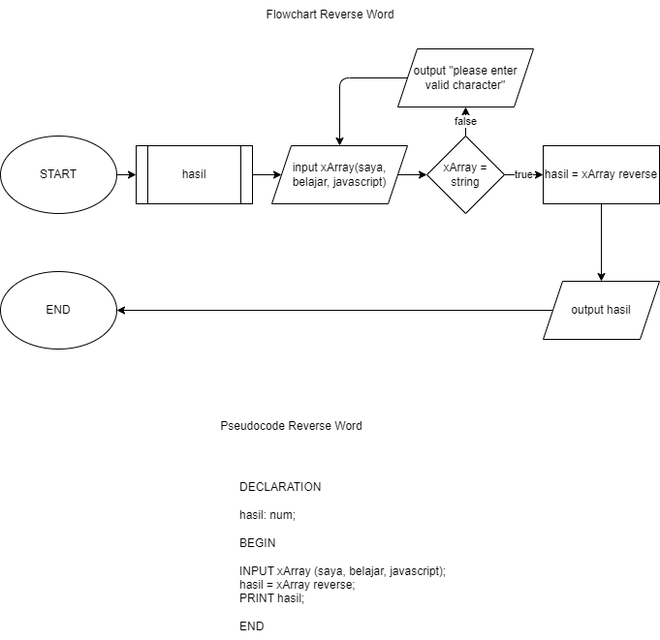
The draw.io diagram 6-reverse word.png in patih1/fwg17-computer-science, before a commit. Source tidied: cells renumbered, new cells last; positions are measured from the earlier drawing's top-left corner, leaving out a move shared by most shapes. The source it was exported from:
```xml
<mxGraphModel>
  <root>
    <mxCell id="0" />
    <mxCell id="1" parent="0" />
    <mxCell id="2" style="edgeStyle=none;html=1;" parent="1" edge="1" source="3" target="7">
      <mxGeometry relative="1" as="geometry" />
    </mxCell>
    <mxCell id="3" value="START" style="ellipse;whiteSpace=wrap;html=1;" parent="1" vertex="1">
      <mxGeometry y="140" width="120" height="80" as="geometry" />
    </mxCell>
    <mxCell id="4" style="edgeStyle=none;html=1;" parent="1" edge="1" source="5" target="10">
      <mxGeometry relative="1" as="geometry" />
    </mxCell>
    <mxCell id="5" value="input xArray(saya, belajar, javascript)" style="shape=parallelogram;perimeter=parallelogramPerimeter;whiteSpace=wrap;html=1;fixedSize=1;" parent="1" vertex="1">
      <mxGeometry x="280" y="150" width="140" height="60" as="geometry" />
    </mxCell>
    <mxCell id="6" style="edgeStyle=none;html=1;" parent="1" edge="1" source="7" target="5">
      <mxGeometry relative="1" as="geometry" />
    </mxCell>
    <mxCell id="7" value="hasil" style="shape=process;whiteSpace=wrap;html=1;backgroundOutline=1;" parent="1" vertex="1">
      <mxGeometry x="140" y="150" width="120" height="60" as="geometry" />
    </mxCell>
    <mxCell id="8" value="false" style="edgeStyle=none;html=1;" parent="1" edge="1" source="10" target="12">
      <mxGeometry relative="1" as="geometry" />
    </mxCell>
    <mxCell id="9" value="true" style="edgeStyle=none;html=1;" parent="1" edge="1" source="10" target="14">
      <mxGeometry relative="1" as="geometry" />
    </mxCell>
    <mxCell id="10" value="xArray = &lt;br&gt;string" style="rhombus;whiteSpace=wrap;html=1;" parent="1" vertex="1">
      <mxGeometry x="440" y="140" width="80" height="80" as="geometry" />
    </mxCell>
    <mxCell id="11" style="edgeStyle=none;html=1;exitX=0;exitY=0.5;exitDx=0;exitDy=0;entryX=0.5;entryY=0;entryDx=0;entryDy=0;" parent="1" edge="1" source="12" target="5">
      <mxGeometry relative="1" as="geometry">
        <Array as="points">
          <mxPoint x="350" y="80" />
        </Array>
      </mxGeometry>
    </mxCell>
    <mxCell id="12" value="output &quot;please enter &lt;br&gt;valid character&quot;" style="shape=parallelogram;perimeter=parallelogramPerimeter;whiteSpace=wrap;html=1;fixedSize=1;" parent="1" vertex="1">
      <mxGeometry x="410" y="50" width="140" height="60" as="geometry" />
    </mxCell>
    <mxCell id="13" style="edgeStyle=none;html=1;" parent="1" edge="1" source="14" target="16">
      <mxGeometry relative="1" as="geometry" />
    </mxCell>
    <mxCell id="14" value="hasil = xArray reverse" style="whiteSpace=wrap;html=1;" parent="1" vertex="1">
      <mxGeometry x="560" y="150" width="120" height="60" as="geometry" />
    </mxCell>
    <mxCell id="15" style="edgeStyle=none;html=1;exitX=0;exitY=0.5;exitDx=0;exitDy=0;entryX=1;entryY=0.5;entryDx=0;entryDy=0;" parent="1" edge="1" source="16" target="17">
      <mxGeometry relative="1" as="geometry" />
    </mxCell>
    <mxCell id="16" value="output hasil" style="shape=parallelogram;perimeter=parallelogramPerimeter;whiteSpace=wrap;html=1;fixedSize=1;" parent="1" vertex="1">
      <mxGeometry x="560" y="290" width="120" height="60" as="geometry" />
    </mxCell>
    <mxCell id="17" value="END" style="ellipse;whiteSpace=wrap;html=1;" parent="1" vertex="1">
      <mxGeometry y="280" width="120" height="80" as="geometry" />
    </mxCell>
    <mxCell id="18" value="Flowchart Reverse Word" style="text;html=1;align=center;verticalAlign=middle;strokeColor=none;fillColor=none;" parent="1" vertex="1">
      <mxGeometry x="260" width="160" height="30" as="geometry" />
    </mxCell>
    <mxCell id="19" value="DECLARATION&lt;br&gt;&lt;br&gt;hasil: num;&lt;br&gt;&lt;br&gt;BEGIN&lt;br&gt;&lt;br&gt;INPUT xArray (saya, belajar, javascript);&lt;br&gt;hasil = xArray reverse;&lt;br&gt;PRINT hasil;&lt;br&gt;&lt;br&gt;END" style="text;html=1;align=left;verticalAlign=middle;strokeColor=none;fillColor=none;" parent="1" vertex="1">
      <mxGeometry x="245" y="490" width="240" height="170" as="geometry" />
    </mxCell>
    <mxCell id="20" value="Pseudocode Reverse Word" style="text;html=1;align=center;verticalAlign=middle;strokeColor=none;fillColor=none;" parent="1" vertex="1">
      <mxGeometry x="215" y="425" width="170" height="30" as="geometry" />
    </mxCell>
  </root>
</mxGraphModel>
```
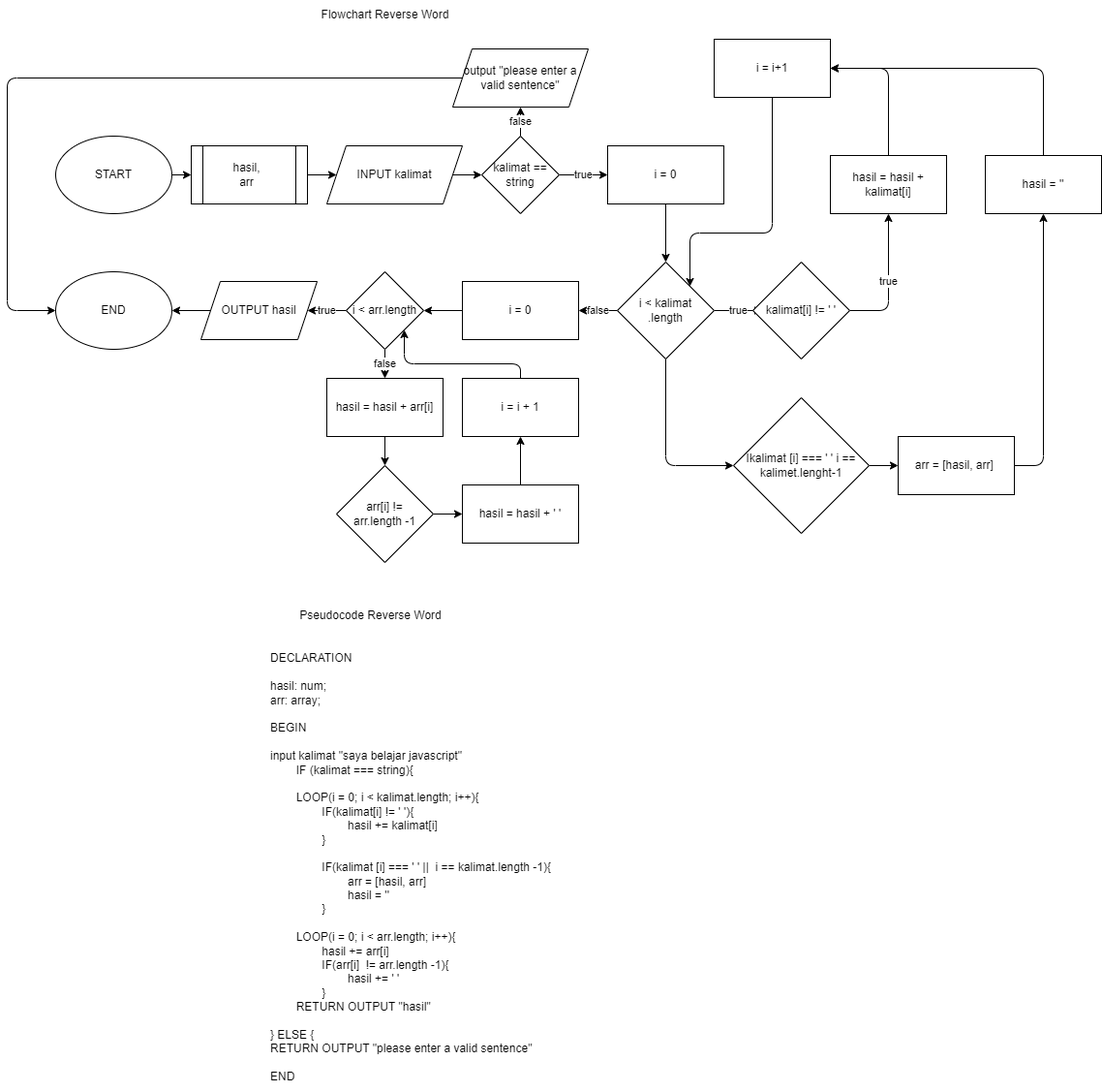
Later version of the same file.

Diff of the diagram source:
```diff
@@ -2,66 +2,171 @@
   <root>
     <mxCell id="0" />
     <mxCell id="1" parent="0" />
-    <mxCell id="2" style="edgeStyle=none;html=1;" parent="1" edge="1" source="3" target="7">
-      <mxGeometry relative="1" as="geometry" />
-    </mxCell>
+    <mxCell id="20" style="edgeStyle=none;html=1;" parent="1" edge="1" source="3" target="24">
+      <mxGeometry relative="1" as="geometry" />
+    </mxCell>
     <mxCell id="3" value="START" style="ellipse;whiteSpace=wrap;html=1;" parent="1" vertex="1">
       <mxGeometry y="140" width="120" height="80" as="geometry" />
     </mxCell>
-    <mxCell id="4" style="edgeStyle=none;html=1;" parent="1" edge="1" source="5" target="10">
-      <mxGeometry relative="1" as="geometry" />
-    </mxCell>
-    <mxCell id="5" value="input xArray(saya, belajar, javascript)" style="shape=parallelogram;perimeter=parallelogramPerimeter;whiteSpace=wrap;html=1;fixedSize=1;" parent="1" vertex="1">
-      <mxGeometry x="280" y="150" width="140" height="60" as="geometry" />
-    </mxCell>
-    <mxCell id="6" style="edgeStyle=none;html=1;" parent="1" edge="1" source="7" target="5">
-      <mxGeometry relative="1" as="geometry" />
-    </mxCell>
-    <mxCell id="7" value="hasil" style="shape=process;whiteSpace=wrap;html=1;backgroundOutline=1;" parent="1" vertex="1">
-      <mxGeometry x="140" y="150" width="120" height="60" as="geometry" />
-    </mxCell>
+    <mxCell id="21" style="edgeStyle=none;html=1;" parent="1" edge="1" source="22" target="26">
+      <mxGeometry relative="1" as="geometry" />
+    </mxCell>
+    <mxCell id="22" value="INPUT kalimat" style="shape=parallelogram;perimeter=parallelogramPerimeter;whiteSpace=wrap;html=1;fixedSize=1;" parent="1" vertex="1">
+      <mxGeometry x="280" y="150" width="140" height="60" as="geometry" />
+    </mxCell>
+    <mxCell id="23" style="edgeStyle=none;html=1;" parent="1" edge="1" source="24" target="22">
+      <mxGeometry relative="1" as="geometry" />
+    </mxCell>
+    <mxCell id="24" value="hasil,&lt;br&gt;arr&lt;br&gt;" style="shape=process;whiteSpace=wrap;html=1;backgroundOutline=1;" parent="1" vertex="1">
+      <mxGeometry x="140" y="150" width="120" height="60" as="geometry" />
+    </mxCell>
-    <mxCell id="8" value="false" style="edgeStyle=none;html=1;" parent="1" edge="1" source="10" target="12">
+    <mxCell id="8" value="false" style="edgeStyle=none;html=1;" parent="1" edge="1" source="26" target="28">
       <mxGeometry relative="1" as="geometry" />
     </mxCell>
-    <mxCell id="9" value="true" style="edgeStyle=none;html=1;" parent="1" edge="1" source="10" target="14">
-      <mxGeometry relative="1" as="geometry" />
-    </mxCell>
-    <mxCell id="10" value="xArray = &lt;br&gt;string" style="rhombus;whiteSpace=wrap;html=1;" parent="1" vertex="1">
-      <mxGeometry x="440" y="140" width="80" height="80" as="geometry" />
-    </mxCell>
-    <mxCell id="11" style="edgeStyle=none;html=1;exitX=0;exitY=0.5;exitDx=0;exitDy=0;entryX=0.5;entryY=0;entryDx=0;entryDy=0;" parent="1" edge="1" source="12" target="5">
-      <mxGeometry relative="1" as="geometry">
-        <Array as="points">
-          <mxPoint x="350" y="80" />
-        </Array>
-      </mxGeometry>
-    </mxCell>
-    <mxCell id="12" value="output &quot;please enter &lt;br&gt;valid character&quot;" style="shape=parallelogram;perimeter=parallelogramPerimeter;whiteSpace=wrap;html=1;fixedSize=1;" parent="1" vertex="1">
-      <mxGeometry x="410" y="50" width="140" height="60" as="geometry" />
-    </mxCell>
-    <mxCell id="13" style="edgeStyle=none;html=1;" parent="1" edge="1" source="14" target="16">
-      <mxGeometry relative="1" as="geometry" />
-    </mxCell>
-    <mxCell id="14" value="hasil = xArray reverse" style="whiteSpace=wrap;html=1;" parent="1" vertex="1">
-      <mxGeometry x="560" y="150" width="120" height="60" as="geometry" />
-    </mxCell>
-    <mxCell id="15" style="edgeStyle=none;html=1;exitX=0;exitY=0.5;exitDx=0;exitDy=0;entryX=1;entryY=0.5;entryDx=0;entryDy=0;" parent="1" edge="1" source="16" target="17">
-      <mxGeometry relative="1" as="geometry" />
-    </mxCell>
-    <mxCell id="16" value="output hasil" style="shape=parallelogram;perimeter=parallelogramPerimeter;whiteSpace=wrap;html=1;fixedSize=1;" parent="1" vertex="1">
-      <mxGeometry x="560" y="290" width="120" height="60" as="geometry" />
-    </mxCell>
+    <mxCell id="25" value="true" style="edgeStyle=none;html=1;entryX=0;entryY=0.5;entryDx=0;entryDy=0;" parent="1" edge="1" source="26">
+      <mxGeometry relative="1" as="geometry">
+        <mxPoint x="570" y="180" as="targetPoint" />
+      </mxGeometry>
+    </mxCell>
+    <mxCell id="26" value="kalimat == string" style="rhombus;whiteSpace=wrap;html=1;" parent="1" vertex="1">
+      <mxGeometry x="440" y="140" width="80" height="80" as="geometry" />
+    </mxCell>
+    <mxCell id="27" style="edgeStyle=orthogonalEdgeStyle;html=1;exitX=0;exitY=0.5;exitDx=0;exitDy=0;entryX=0;entryY=0.5;entryDx=0;entryDy=0;" parent="1" edge="1" source="28" target="17">
+      <mxGeometry relative="1" as="geometry">
+        <Array as="points">
+          <mxPoint x="-50" y="80" />
+          <mxPoint x="-50" y="320" />
+        </Array>
+      </mxGeometry>
+    </mxCell>
+    <mxCell id="28" value="output &quot;please enter a&lt;br&gt;valid sentence&quot;" style="shape=parallelogram;perimeter=parallelogramPerimeter;whiteSpace=wrap;html=1;fixedSize=1;" parent="1" vertex="1">
+      <mxGeometry x="410" y="50" width="140" height="60" as="geometry" />
+    </mxCell>
     <mxCell id="17" value="END" style="ellipse;whiteSpace=wrap;html=1;" parent="1" vertex="1">
       <mxGeometry y="280" width="120" height="80" as="geometry" />
     </mxCell>
     <mxCell id="18" value="Flowchart Reverse Word" style="text;html=1;align=center;verticalAlign=middle;strokeColor=none;fillColor=none;" parent="1" vertex="1">
       <mxGeometry x="260" width="160" height="30" as="geometry" />
     </mxCell>
-    <mxCell id="19" value="DECLARATION&lt;br&gt;&lt;br&gt;hasil: num;&lt;br&gt;&lt;br&gt;BEGIN&lt;br&gt;&lt;br&gt;INPUT xArray (saya, belajar, javascript);&lt;br&gt;hasil = xArray reverse;&lt;br&gt;PRINT hasil;&lt;br&gt;&lt;br&gt;END" style="text;html=1;align=left;verticalAlign=middle;strokeColor=none;fillColor=none;" parent="1" vertex="1">
-      <mxGeometry x="245" y="490" width="240" height="170" as="geometry" />
-    </mxCell>
-    <mxCell id="20" value="Pseudocode Reverse Word" style="text;html=1;align=center;verticalAlign=middle;strokeColor=none;fillColor=none;" parent="1" vertex="1">
-      <mxGeometry x="215" y="425" width="170" height="30" as="geometry" />
-    </mxCell>
+    <mxCell id="29" value="DECLARATION&lt;br&gt;&lt;br&gt;hasil: num;&lt;br&gt;arr: array;&lt;br&gt;&lt;br&gt;BEGIN&lt;br&gt;&lt;br&gt;input kalimat &quot;saya belajar javascript&quot;&lt;br&gt;&lt;span style=&quot;white-space: pre;&quot;&gt;&#9;&lt;/span&gt;IF (kalimat === string){&lt;br&gt;&lt;br&gt;&lt;span style=&quot;white-space: pre;&quot;&gt;&#9;&lt;/span&gt;LOOP(i = 0; i &amp;lt; kalimat.length; i++){&lt;br&gt;&lt;span style=&quot;white-space: pre;&quot;&gt;&#9;&lt;/span&gt;&lt;span style=&quot;white-space: pre;&quot;&gt;&#9;&lt;/span&gt;IF(kalimat[i] != ' '){&lt;br&gt;&lt;span style=&quot;white-space: pre;&quot;&gt;&#9;&lt;/span&gt;&lt;span style=&quot;white-space: pre;&quot;&gt;&#9;&lt;span style=&quot;white-space: pre;&quot;&gt;&#9;&lt;/span&gt;&lt;/span&gt;hasil += kalimat[i]&lt;br&gt;&lt;span style=&quot;white-space: pre;&quot;&gt;&#9;&lt;/span&gt;&lt;span style=&quot;white-space: pre;&quot;&gt;&#9;&lt;/span&gt;}&lt;br&gt;&lt;br&gt;&lt;span style=&quot;white-space: pre;&quot;&gt;&#9;&lt;/span&gt;&lt;span style=&quot;white-space: pre;&quot;&gt;&#9;&lt;/span&gt;IF(kalimat [i] === ' ' ||&amp;nbsp; i == kalimat.length -1){&lt;br&gt;&lt;span style=&quot;white-space: pre;&quot;&gt;&#9;&lt;/span&gt;&lt;span style=&quot;white-space: pre;&quot;&gt;&#9;&lt;/span&gt;&lt;span style=&quot;white-space: pre;&quot;&gt;&#9;&lt;/span&gt;arr = [hasil, arr]&lt;br&gt;&lt;span style=&quot;white-space: pre;&quot;&gt;&#9;&lt;/span&gt;&lt;span style=&quot;white-space: pre;&quot;&gt;&#9;&lt;/span&gt;&lt;span style=&quot;white-space: pre;&quot;&gt;&#9;&lt;/span&gt;hasil = ''&lt;br&gt;&lt;span style=&quot;white-space: pre;&quot;&gt;&#9;&lt;/span&gt;&lt;span style=&quot;white-space: pre;&quot;&gt;&#9;&lt;/span&gt;}&lt;br&gt;&lt;br&gt;&lt;span style=&quot;white-space: pre;&quot;&gt;&#9;&lt;/span&gt;LOOP(i = 0; i &amp;lt; arr.length; i++){&lt;br&gt;&lt;span style=&quot;white-space: pre;&quot;&gt;&#9;&lt;/span&gt;&lt;span style=&quot;white-space: pre;&quot;&gt;&#9;&lt;/span&gt;hasil += arr[i]&lt;br&gt;&lt;span style=&quot;white-space: pre;&quot;&gt;&#9;&lt;/span&gt;&lt;span style=&quot;white-space: pre;&quot;&gt;&#9;&lt;/span&gt;IF(arr[i]&amp;nbsp; != arr.length -1){&lt;br&gt;&lt;span style=&quot;white-space: pre;&quot;&gt;&#9;&lt;/span&gt;&lt;span style=&quot;white-space: pre;&quot;&gt;&#9;&lt;/span&gt;&lt;span style=&quot;white-space: pre;&quot;&gt;&#9;&lt;/span&gt;hasil += ' '&lt;br&gt;&lt;span style=&quot;white-space: pre;&quot;&gt;&#9;&lt;/span&gt;&lt;span style=&quot;white-space: pre;&quot;&gt;&#9;&lt;/span&gt;}&lt;br&gt;&lt;span style=&quot;white-space: pre;&quot;&gt;&#9;&lt;/span&gt;RETURN OUTPUT &quot;hasil&quot;&lt;br&gt;&lt;br&gt;} ELSE {&lt;br&gt;RETURN OUTPUT &quot;please enter a valid sentence&quot;&lt;br&gt;&lt;br&gt;END" style="text;html=1;align=left;verticalAlign=middle;strokeColor=none;fillColor=none;" parent="1" vertex="1">
+      <mxGeometry x="220" y="665" width="310" height="460" as="geometry" />
+    </mxCell>
+    <mxCell id="30" value="Pseudocode Reverse Word" style="text;html=1;align=center;verticalAlign=middle;strokeColor=none;fillColor=none;" parent="1" vertex="1">
+      <mxGeometry x="240" y="620" width="170" height="30" as="geometry" />
+    </mxCell>
+    <mxCell id="31" style="edgeStyle=orthogonalEdgeStyle;html=1;" parent="1" edge="1" source="32" target="35">
+      <mxGeometry relative="1" as="geometry" />
+    </mxCell>
+    <mxCell id="32" value="i = 0" style="rounded=0;whiteSpace=wrap;html=1;" parent="1" vertex="1">
+      <mxGeometry x="570" y="150" width="120" height="60" as="geometry" />
+    </mxCell>
+    <mxCell id="9" value="true" style="edgeStyle=none;html=1;" parent="1" edge="1" source="35">
+      <mxGeometry relative="1" as="geometry">
+        <mxPoint x="730" y="320" as="targetPoint" />
+      </mxGeometry>
+    </mxCell>
+    <mxCell id="33" style="edgeStyle=orthogonalEdgeStyle;html=1;exitX=0.5;exitY=1;exitDx=0;exitDy=0;entryX=0;entryY=0.5;entryDx=0;entryDy=0;" parent="1" edge="1" source="35" target="43">
+      <mxGeometry relative="1" as="geometry" />
+    </mxCell>
+    <mxCell id="34" value="false" style="edgeStyle=orthogonalEdgeStyle;html=1;" parent="1" edge="1" source="35" target="49">
+      <mxGeometry relative="1" as="geometry" />
+    </mxCell>
+    <mxCell id="35" value="i &amp;lt; kalimat&lt;br&gt;.length" style="rhombus;whiteSpace=wrap;html=1;rounded=0;" parent="1" vertex="1">
+      <mxGeometry x="580" y="270" width="100" height="100" as="geometry" />
+    </mxCell>
+    <mxCell id="36" value="true" style="edgeStyle=orthogonalEdgeStyle;html=1;exitX=1;exitY=0.5;exitDx=0;exitDy=0;entryX=0.5;entryY=1;entryDx=0;entryDy=0;" parent="1" edge="1" source="37" target="39">
+      <mxGeometry relative="1" as="geometry">
+        <Array as="points">
+          <mxPoint x="860" y="320" />
+        </Array>
+      </mxGeometry>
+    </mxCell>
+    <mxCell id="37" value="kalimat[i] != ' '" style="rhombus;whiteSpace=wrap;html=1;" parent="1" vertex="1">
+      <mxGeometry x="720" y="270" width="100" height="100" as="geometry" />
+    </mxCell>
+    <mxCell id="38" style="edgeStyle=orthogonalEdgeStyle;html=1;exitX=0.5;exitY=0;exitDx=0;exitDy=0;entryX=1;entryY=0.5;entryDx=0;entryDy=0;" parent="1" edge="1" source="39" target="41">
+      <mxGeometry relative="1" as="geometry">
+        <Array as="points">
+          <mxPoint x="860" y="70" />
+        </Array>
+      </mxGeometry>
+    </mxCell>
+    <mxCell id="39" value="hasil = hasil + kalimat[i]" style="rounded=0;whiteSpace=wrap;html=1;" parent="1" vertex="1">
+      <mxGeometry x="800" y="160" width="120" height="60" as="geometry" />
+    </mxCell>
+    <mxCell id="40" style="edgeStyle=orthogonalEdgeStyle;html=1;exitX=0.5;exitY=1;exitDx=0;exitDy=0;entryX=1;entryY=0;entryDx=0;entryDy=0;" parent="1" edge="1" source="41" target="35">
+      <mxGeometry relative="1" as="geometry">
+        <Array as="points">
+          <mxPoint x="740" y="240" />
+          <mxPoint x="655" y="240" />
+        </Array>
+      </mxGeometry>
+    </mxCell>
+    <mxCell id="41" value="i = i+1" style="rounded=0;whiteSpace=wrap;html=1;" parent="1" vertex="1">
+      <mxGeometry x="680" y="40" width="120" height="60" as="geometry" />
+    </mxCell>
+    <mxCell id="42" style="edgeStyle=orthogonalEdgeStyle;html=1;exitX=1;exitY=0.5;exitDx=0;exitDy=0;entryX=0;entryY=0.5;entryDx=0;entryDy=0;" parent="1" edge="1" source="43" target="45">
+      <mxGeometry relative="1" as="geometry" />
+    </mxCell>
+    <mxCell id="43" value="Ikalimat [i] === ' ' i == kalimet.lenght-1" style="rhombus;whiteSpace=wrap;html=1;" parent="1" vertex="1">
+      <mxGeometry x="700" y="410" width="140" height="140" as="geometry" />
+    </mxCell>
+    <mxCell id="44" style="edgeStyle=orthogonalEdgeStyle;html=1;exitX=1;exitY=0.5;exitDx=0;exitDy=0;entryX=0.5;entryY=1;entryDx=0;entryDy=0;" parent="1" edge="1" source="45" target="47">
+      <mxGeometry relative="1" as="geometry" />
+    </mxCell>
+    <mxCell id="45" value="arr = [hasil, arr]&amp;nbsp;" style="rounded=0;whiteSpace=wrap;html=1;" parent="1" vertex="1">
+      <mxGeometry x="870" y="450" width="120" height="60" as="geometry" />
+    </mxCell>
+    <mxCell id="46" style="edgeStyle=orthogonalEdgeStyle;html=1;exitX=0.5;exitY=0;exitDx=0;exitDy=0;entryX=1;entryY=0.5;entryDx=0;entryDy=0;" parent="1" edge="1" source="47" target="41">
+      <mxGeometry relative="1" as="geometry" />
+    </mxCell>
+    <mxCell id="47" value="hasil = ''" style="rounded=0;whiteSpace=wrap;html=1;" parent="1" vertex="1">
+      <mxGeometry x="960" y="160" width="120" height="60" as="geometry" />
+    </mxCell>
+    <mxCell id="48" style="edgeStyle=orthogonalEdgeStyle;html=1;exitX=0;exitY=0.5;exitDx=0;exitDy=0;entryX=1;entryY=0.5;entryDx=0;entryDy=0;" parent="1" edge="1" source="49" target="52">
+      <mxGeometry relative="1" as="geometry" />
+    </mxCell>
+    <mxCell id="49" value="i = 0" style="rounded=0;whiteSpace=wrap;html=1;" parent="1" vertex="1">
+      <mxGeometry x="420" y="290" width="120" height="60" as="geometry" />
+    </mxCell>
+    <mxCell id="50" value="false" style="edgeStyle=orthogonalEdgeStyle;html=1;" parent="1" edge="1" source="52" target="54">
+      <mxGeometry relative="1" as="geometry" />
+    </mxCell>
+    <mxCell id="51" value="true" style="edgeStyle=orthogonalEdgeStyle;html=1;" parent="1" edge="1" source="52" target="62">
+      <mxGeometry relative="1" as="geometry" />
+    </mxCell>
+    <mxCell id="52" value="i &amp;lt; arr.length" style="rhombus;whiteSpace=wrap;html=1;" parent="1" vertex="1">
+      <mxGeometry x="300" y="280" width="80" height="80" as="geometry" />
+    </mxCell>
+    <mxCell id="53" style="edgeStyle=orthogonalEdgeStyle;html=1;" parent="1" edge="1" source="54" target="56">
+      <mxGeometry relative="1" as="geometry" />
+    </mxCell>
+    <mxCell id="54" value="hasil = hasil + arr[i]" style="rounded=0;whiteSpace=wrap;html=1;" parent="1" vertex="1">
+      <mxGeometry x="280" y="390" width="120" height="60" as="geometry" />
+    </mxCell>
+    <mxCell id="55" style="edgeStyle=orthogonalEdgeStyle;html=1;" parent="1" edge="1" source="56" target="58">
+      <mxGeometry relative="1" as="geometry" />
+    </mxCell>
+    <mxCell id="56" value="arr[i] != &lt;br&gt;arr.length -1" style="rhombus;whiteSpace=wrap;html=1;" parent="1" vertex="1">
+      <mxGeometry x="290" y="480" width="100" height="100" as="geometry" />
+    </mxCell>
+    <mxCell id="57" style="edgeStyle=orthogonalEdgeStyle;html=1;" parent="1" edge="1" source="58" target="60">
+      <mxGeometry relative="1" as="geometry" />
+    </mxCell>
+    <mxCell id="58" value="hasil = hasil + ' '" style="rounded=0;whiteSpace=wrap;html=1;" parent="1" vertex="1">
+      <mxGeometry x="420" y="500" width="120" height="60" as="geometry" />
+    </mxCell>
+    <mxCell id="59" style="edgeStyle=orthogonalEdgeStyle;html=1;exitX=0.5;exitY=0;exitDx=0;exitDy=0;entryX=1;entryY=1;entryDx=0;entryDy=0;" parent="1" edge="1" source="60" target="52">
+      <mxGeometry relative="1" as="geometry" />
+    </mxCell>
+    <mxCell id="60" value="i = i + 1" style="rounded=0;whiteSpace=wrap;html=1;" parent="1" vertex="1">
+      <mxGeometry x="420" y="390" width="120" height="60" as="geometry" />
+    </mxCell>
+    <mxCell id="61" style="edgeStyle=orthogonalEdgeStyle;html=1;" parent="1" edge="1" source="62" target="17">
+      <mxGeometry relative="1" as="geometry" />
+    </mxCell>
+    <mxCell id="62" value="OUTPUT hasil" style="shape=parallelogram;perimeter=parallelogramPerimeter;whiteSpace=wrap;html=1;fixedSize=1;" parent="1" vertex="1">
+      <mxGeometry x="150" y="290" width="120" height="60" as="geometry" />
+    </mxCell>
   </root>
 </mxGraphModel>
```
